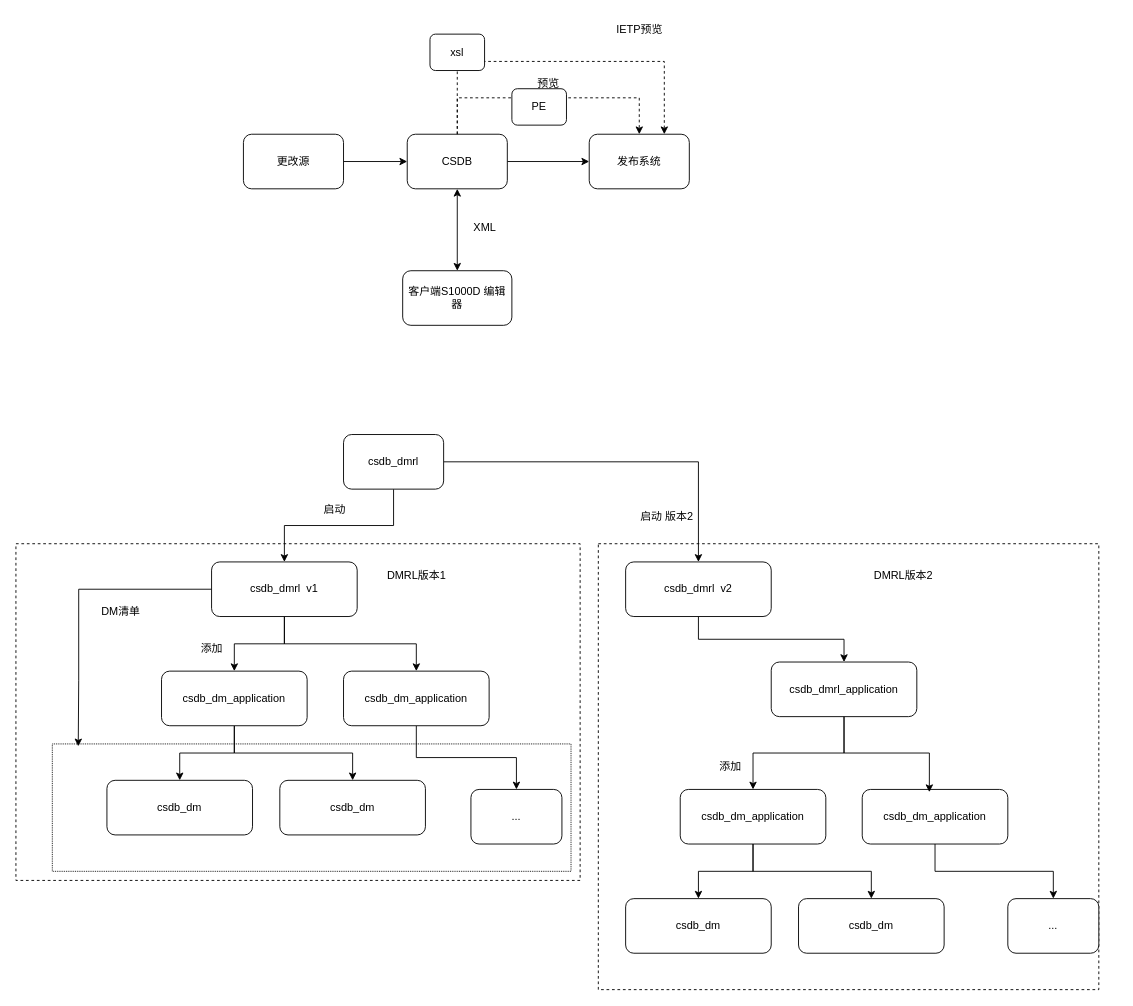
This is csdb/csdb系统交互.drawio from DemonHan/KuickBuy, a draw.io file, before an edit. Source tidied: cells renumbered, new cells numbered last; positions are measured from the earlier drawing's top-left corner, leaving out a move shared by most shapes. Both pictures are drawn from the tidied source at 91%, with x=0, y=0 at pixel (15, 15).
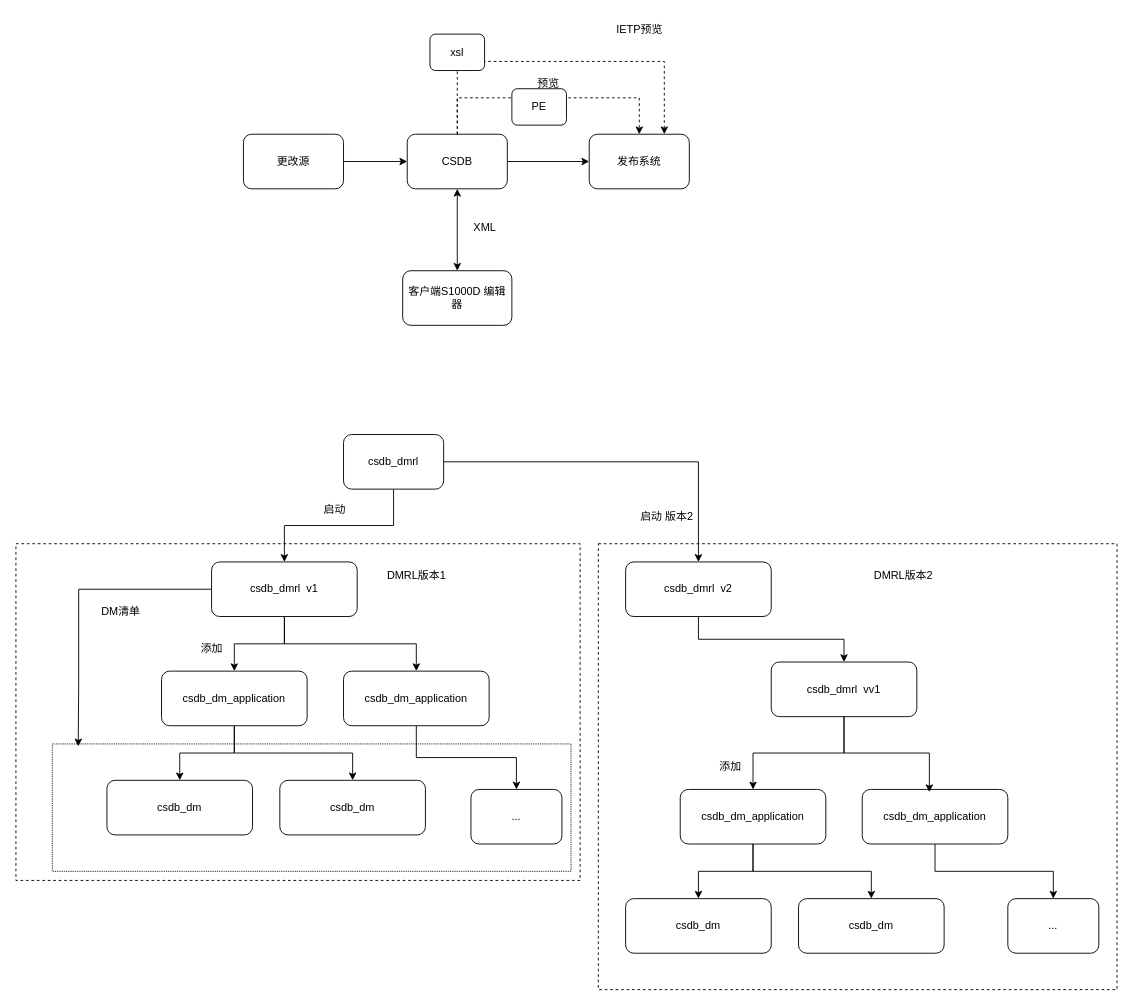
After the change.

Commit message:
更新csdb系统交互.drawio

Change to the diagram source:
```diff
@@
     <mxCell id="4" style="rounded=0;whiteSpace=wrap;html=1;dashed=1;" parent="1" vertex="1">
-      <mxGeometry x="640" y="580" width="550" height="490" as="geometry" />
+      <mxGeometry x="640" y="580" width="570" height="490" as="geometry" />
     </mxCell>
@@
-    <mxCell id="37" value="csdb_dmrl_application" style="rounded=1;whiteSpace=wrap;html=1;" parent="1" vertex="1">
+    <mxCell id="37" value="csdb_dmrl&amp;nbsp; vv1" style="rounded=1;whiteSpace=wrap;html=1;" parent="1" vertex="1">
       <mxGeometry x="830" y="710" width="160" height="60" as="geometry" />
     </mxCell>
```
